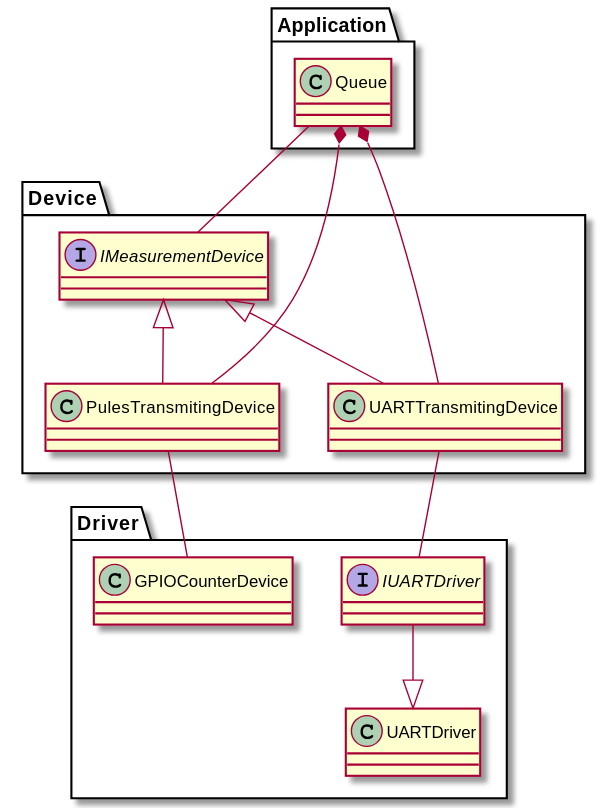
The PlantUML diagram Documentation/Diagrams/Export/Documentation/Diagrams/Source/NUCLEO-F103RB/Measurement_Device_Class_Diagram.svg in RobertGawron/HardwareDataLogger, before a commit.
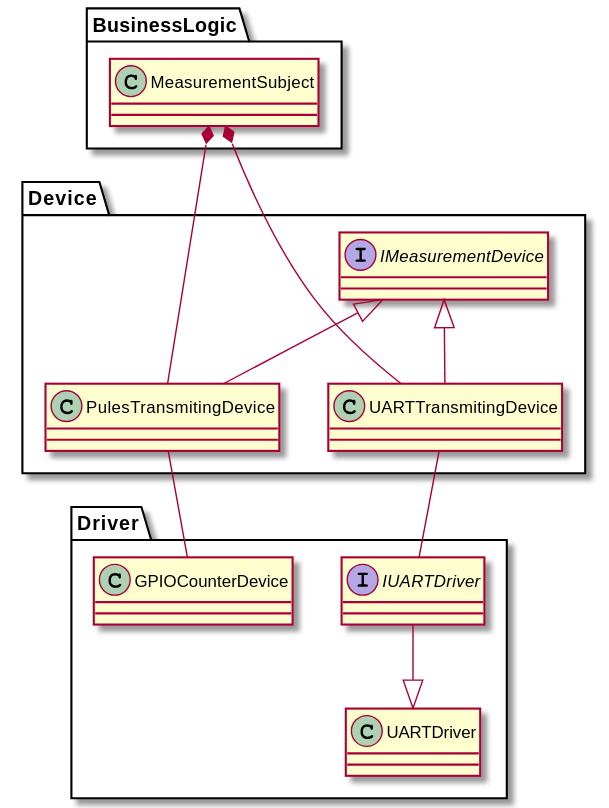
After the commit.

Diff of the diagram source:
```diff
@@ -1,7 +1,7 @@
 @startuml
 
-package Application {
-    class Queue {
+package BusinessLogic {
+    class MeasurementSubject {
     }
 }
 
@@ -29,9 +29,8 @@
 }
 
 
-Queue -- IMeasurementDevice
-Queue *-- PulesTransmitingDevice
-Queue *-- UARTTransmitingDevice
+MeasurementSubject *--- PulesTransmitingDevice
+MeasurementSubject *-- UARTTransmitingDevice
 IMeasurementDevice <|-- PulesTransmitingDevice
 IMeasurementDevice <|-- UARTTransmitingDevice
 
```
